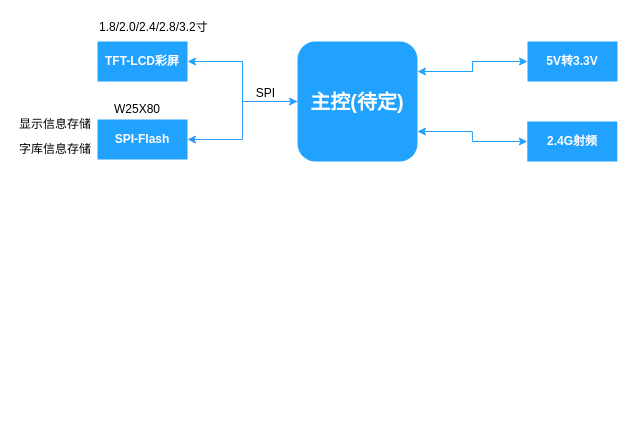
The draw.io diagram GUI预研项目.drawio in zjh6607476/drawing, before the edit. Source tidied: cells renumbered, new cells numbered last; positions are measured from the earlier drawing's top-left corner, leaving out a move shared by most shapes. Both pictures are drawn from the tidied source at 100%, with x=0, y=0 at pixel (17, 17).
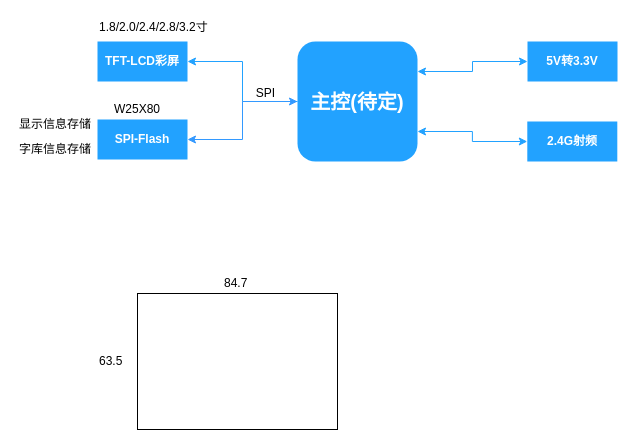
The same page after the edit.

Commit message:
更新GUI预研项目.drawio

What changed in the source:
```diff
@@
 <mxGraphModel background="#ffffff">
   <root>
     <mxCell id="0" />
     <mxCell id="1" parent="0" />
     <mxCell id="2" value="TFT-LCD彩屏" style="whiteSpace=wrap;align=center;verticalAlign=middle;fontStyle=1;strokeWidth=3;fillColor=#22A2FF;strokeColor=none;fontColor=#FFFFFF;" parent="1" vertex="1">
       <mxGeometry x="80" y="24" width="90" height="40" as="geometry" />
     </mxCell>
     <mxCell id="3" style="edgeStyle=orthogonalEdgeStyle;rounded=0;jettySize=auto;html=1;exitX=0;exitY=0.5;exitDx=0;exitDy=0;entryX=1;entryY=0.5;entryDx=0;entryDy=0;strokeColor=#22A2FF;" parent="1" edge="1" source="6" target="2">
       <mxGeometry relative="1" as="geometry" />
     </mxCell>
     <mxCell id="4" style="edgeStyle=orthogonalEdgeStyle;rounded=0;jettySize=auto;html=1;exitX=0;exitY=0.5;exitDx=0;exitDy=0;entryX=1;entryY=0.5;entryDx=0;entryDy=0;startArrow=classic;startFill=1;strokeColor=#3399FF;" parent="1" edge="1" source="6" target="7">
       <mxGeometry relative="1" as="geometry" />
     </mxCell>
     <mxCell id="5" value="SPI" style="text;html=1;align=center;verticalAlign=middle;labelBackgroundColor=#ffffff;" parent="4" vertex="1">
       <mxGeometry x="-0.46" relative="1" as="geometry">
         <mxPoint x="7.5" y="-9" as="offset" />
       </mxGeometry>
     </mxCell>
     <mxCell id="6" value="主控(待定)" style="whiteSpace=wrap;align=center;verticalAlign=middle;fontStyle=1;strokeWidth=3;fillColor=#22A2FF;rounded=1;glass=0;comic=0;shadow=0;fontSize=20;strokeColor=none;fontColor=#FFFFFF;" parent="1" vertex="1">
       <mxGeometry x="280" y="24" width="120" height="120" as="geometry" />
     </mxCell>
     <mxCell id="7" value="SPI-Flash" style="whiteSpace=wrap;align=center;verticalAlign=middle;fontStyle=1;strokeWidth=3;fillColor=#22A2FF;strokeColor=none;fontColor=#FFFFFF;" parent="1" vertex="1">
       <mxGeometry x="80" y="102" width="90" height="40" as="geometry" />
     </mxCell>
     <mxCell id="8" value="1.8/2.0/2.4/2.8/3.2寸" style="text;html=1;align=left;verticalAlign=top;spacingTop=-4;" parent="1" vertex="1">
       <mxGeometry x="80" width="120" height="20" as="geometry" />
     </mxCell>
     <mxCell id="9" style="edgeStyle=orthogonalEdgeStyle;rounded=0;jettySize=auto;html=1;exitX=0;exitY=0.5;exitDx=0;exitDy=0;entryX=1;entryY=0.25;entryDx=0;entryDy=0;startArrow=classic;startFill=1;strokeColor=#22A2FF;fontColor=#FFFFFF;" parent="1" edge="1" source="10" target="6">
       <mxGeometry relative="1" as="geometry" />
     </mxCell>
     <mxCell id="10" value="5V转3.3V" style="whiteSpace=wrap;align=center;verticalAlign=middle;fontStyle=1;strokeWidth=3;fillColor=#22A2FF;strokeColor=none;fontColor=#FFFFFF;" parent="1" vertex="1">
       <mxGeometry x="510" y="24" width="90" height="40" as="geometry" />
     </mxCell>
     <mxCell id="11" style="edgeStyle=orthogonalEdgeStyle;rounded=0;jettySize=auto;html=1;exitX=0;exitY=0.5;exitDx=0;exitDy=0;entryX=1;entryY=0.75;entryDx=0;entryDy=0;startArrow=classic;startFill=1;strokeColor=#22A2FF;fontColor=#FFFFFF;" parent="1" edge="1" source="12" target="6">
       <mxGeometry relative="1" as="geometry" />
     </mxCell>
     <mxCell id="12" value="2.4G射频" style="whiteSpace=wrap;align=center;verticalAlign=middle;fontStyle=1;strokeWidth=3;fillColor=#22A2FF;strokeColor=none;fontColor=#FFFFFF;" parent="1" vertex="1">
       <mxGeometry x="509.8" y="104" width="90" height="40" as="geometry" />
     </mxCell>
     <mxCell id="13" value="&lt;font&gt;W25X80&lt;/font&gt;" style="text;html=1;align=left;verticalAlign=top;spacingTop=-4;fontColor=#000000;" parent="1" vertex="1">
       <mxGeometry x="95" y="82" width="60" height="20" as="geometry" />
     </mxCell>
     <mxCell id="14" value="显示信息存储" style="text;html=1;align=left;verticalAlign=top;spacingTop=-4;fontColor=#000000;" parent="1" vertex="1">
       <mxGeometry y="97" width="90" height="20" as="geometry" />
     </mxCell>
     <mxCell id="15" value="字库信息存储" style="text;html=1;align=left;verticalAlign=top;spacingTop=-4;fontColor=#000000;" parent="1" vertex="1">
       <mxGeometry y="122" width="90" height="20" as="geometry" />
     </mxCell>
+    <mxCell id="16" style="rounded=0;whiteSpace=wrap;html=1;" parent="1" vertex="1">
+      <mxGeometry x="120" y="276" width="200" height="136" as="geometry" />
+    </mxCell>
+    <mxCell id="17" value="63.5&lt;br&gt;" style="text;html=1;align=left;verticalAlign=top;spacingTop=-4;" parent="1" vertex="1">
+      <mxGeometry x="80" y="334" width="40" height="20" as="geometry" />
+    </mxCell>
+    <mxCell id="18" value="84.7" style="text;html=1;align=left;verticalAlign=top;spacingTop=-4;" parent="1" vertex="1">
+      <mxGeometry x="205" y="256" width="40" height="20" as="geometry" />
+    </mxCell>
   </root>
 </mxGraphModel>
```
